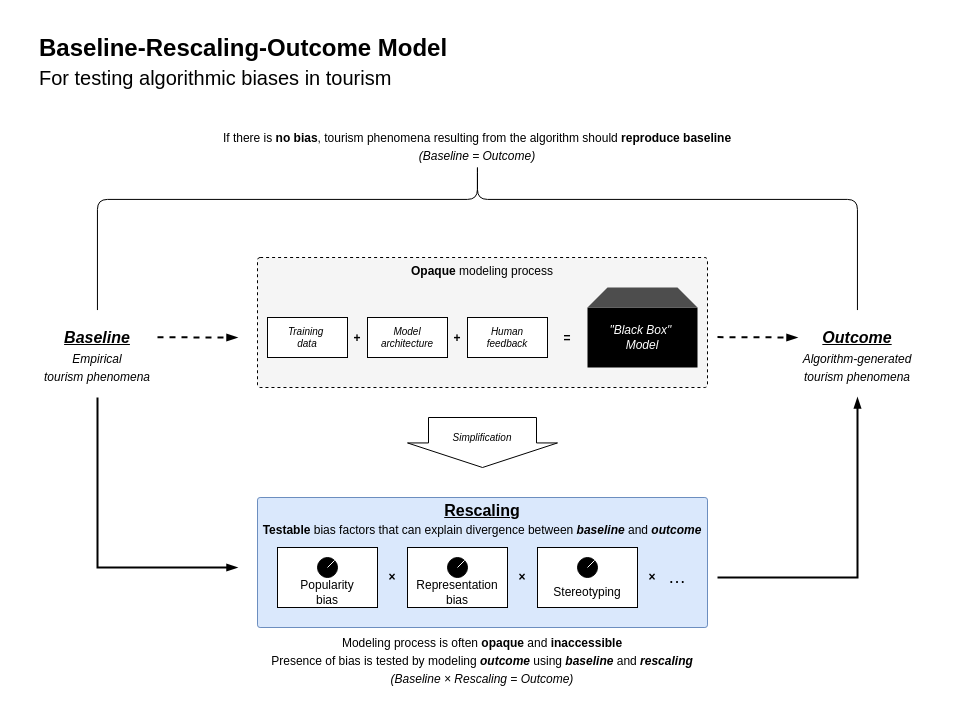
jinvim/genai-tourism-bias keeps this draw.io diagram as page "model" (3 of 6) of resources/figures.drawio. Above is the earlier version. Source tidied: cells renumbered, new cells numbered last; positions are measured from the earlier drawing's top-left corner, leaving out a move shared by most shapes. Both pictures are drawn from the tidied source at 100%, with x=0, y=0 at pixel (17, -144).
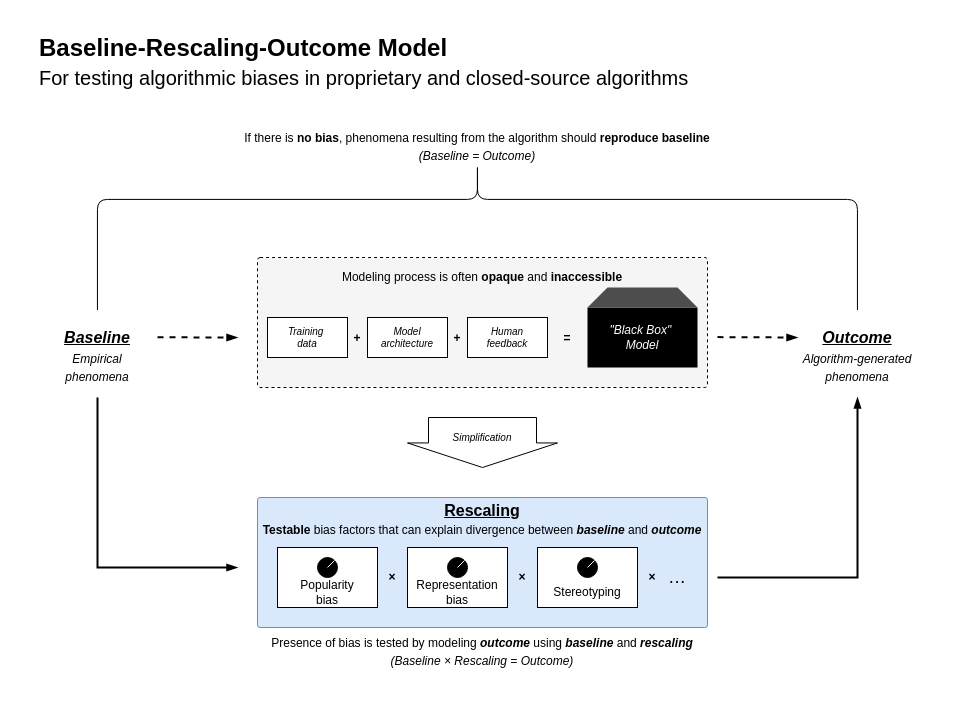
Above is the later version.

The change refers to these unchanged cells:
```xml
<mxCell id="16" style="group;" parent="1" vertex="1">
  <mxGeometry x="240" y="401" width="450" height="130" as="geometry" />
</mxCell>
```

Change to the diagram source:
```diff
@@
     <mxCell id="2" style="rounded=0;whiteSpace=wrap;html=1;strokeColor=none;" parent="1" vertex="1">
-      <mxGeometry y="161" width="920" height="690" as="geometry" />
+      <mxGeometry y="161" width="920" height="680" as="geometry" />
     </mxCell>
@@
-    <mxCell id="7" value="&lt;div style=&quot;line-height: 150%;&quot;&gt;&lt;div&gt;Empirical&lt;/div&gt;&lt;div&gt;tourism phenomena&lt;/div&gt;&lt;/div&gt;" style="text;html=1;align=center;verticalAlign=middle;whiteSpace=wrap;rounded=0;fontFamily=Myriad Pro;fontStyle=2;" parent="1" vertex="1">
+    <mxCell id="7" value="&lt;div style=&quot;line-height: 150%;&quot;&gt;&lt;div&gt;Empirical&lt;/div&gt;&lt;div&gt;phenomena&lt;/div&gt;&lt;/div&gt;" style="text;html=1;align=center;verticalAlign=middle;whiteSpace=wrap;rounded=0;fontFamily=Myriad Pro;fontStyle=2;" parent="1" vertex="1">
       <mxGeometry x="20" y="491" width="120" height="40" as="geometry" />
     </mxCell>
@@
-    <mxCell id="14" value="&lt;div style=&quot;line-height: 150%;&quot;&gt;&lt;div&gt;&lt;span&gt;For testing algorithmic biases in tourism&lt;/span&gt;&lt;/div&gt;&lt;/div&gt;" style="text;html=1;align=left;verticalAlign=middle;whiteSpace=wrap;rounded=0;fontFamily=Myriad Pro;fontStyle=0;fontSize=20;" parent="1" vertex="1">
+    <mxCell id="14" value="&lt;div style=&quot;line-height: 150%;&quot;&gt;&lt;div&gt;&lt;span&gt;For testing algorithmic biases in proprietary and closed-source algorithms&lt;/span&gt;&lt;/div&gt;&lt;/div&gt;" style="text;html=1;align=left;verticalAlign=middle;whiteSpace=wrap;rounded=0;fontFamily=Myriad Pro;fontStyle=0;fontSize=20;" parent="1" vertex="1">
       <mxGeometry x="20" y="211" width="760" height="20" as="geometry" />
     </mxCell>
-    <mxCell id="15" value="&lt;div style=&quot;line-height: 150%;&quot;&gt;&lt;div&gt;Algorithm-generated&lt;/div&gt;&lt;div&gt;tourism phenomena&lt;/div&gt;&lt;/div&gt;" style="text;html=1;align=center;verticalAlign=middle;whiteSpace=wrap;rounded=0;fontFamily=Myriad Pro;fontStyle=2;" parent="1" vertex="1">
+    <mxCell id="15" value="&lt;div style=&quot;line-height: 150%;&quot;&gt;&lt;div&gt;Algorithm-generated&lt;/div&gt;&lt;div&gt;phenomena&lt;/div&gt;&lt;/div&gt;" style="text;html=1;align=center;verticalAlign=middle;whiteSpace=wrap;rounded=0;fontFamily=Myriad Pro;fontStyle=2;" parent="1" vertex="1">
       <mxGeometry x="780" y="491" width="120" height="40" as="geometry" />
     </mxCell>
@@
-    <mxCell id="21" value="&lt;div style=&quot;line-height: 150%;&quot;&gt;&lt;div&gt;&lt;b&gt;Opaque&lt;/b&gt; modeling process&lt;/div&gt;&lt;/div&gt;" style="text;html=1;align=center;verticalAlign=top;whiteSpace=wrap;rounded=0;fontFamily=Myriad Pro;fontStyle=0;fontSize=12;spacing=0;" parent="16" vertex="1">
-      <mxGeometry width="450" height="30" as="geometry" />
-    </mxCell>
@@
+    <mxCell id="54" value="&lt;div style=&quot;line-height: 150%;&quot;&gt;&lt;div&gt;&lt;span style=&quot;font-style: normal;&quot;&gt;Modeling process is often&amp;nbsp;&lt;b&gt;opaque&lt;/b&gt; and &lt;b&gt;inaccessible&lt;/b&gt;&lt;/span&gt;&lt;/div&gt;&lt;/div&gt;" style="text;html=1;align=center;verticalAlign=middle;whiteSpace=wrap;rounded=0;fontFamily=Myriad Pro;fontStyle=2;" parent="16" vertex="1">
+      <mxGeometry y="8.8" width="450" height="21.2" as="geometry" />
+    </mxCell>
-    <mxCell id="27" value="&lt;div style=&quot;line-height: 150%;&quot;&gt;&lt;div&gt;If there is &lt;b&gt;no bias&lt;/b&gt;, tourism&amp;nbsp;&lt;span style=&quot;background-color: transparent; color: light-dark(rgb(0, 0, 0), rgb(255, 255, 255));&quot;&gt;phenomena resulting from the algorithm should &lt;b&gt;reproduce baseline&lt;/b&gt;&lt;/span&gt;&lt;/div&gt;&lt;div&gt;&lt;span style=&quot;background-color: transparent; color: light-dark(rgb(0, 0, 0), rgb(255, 255, 255));&quot;&gt;&lt;i&gt;(Baseline = Outcome)&lt;/i&gt;&lt;/span&gt;&lt;/div&gt;&lt;/div&gt;" style="text;html=1;align=center;verticalAlign=bottom;whiteSpace=wrap;rounded=0;fontFamily=Myriad Pro;fontStyle=0;" parent="1" vertex="1">
+    <mxCell id="27" value="&lt;div style=&quot;line-height: 150%;&quot;&gt;&lt;div&gt;If there is &lt;b&gt;no bias&lt;/b&gt;,&amp;nbsp;&lt;span style=&quot;background-color: transparent; color: light-dark(rgb(0, 0, 0), rgb(255, 255, 255));&quot;&gt;phenomena resulting from the algorithm should &lt;b&gt;reproduce baseline&lt;/b&gt;&lt;/span&gt;&lt;/div&gt;&lt;div&gt;&lt;span style=&quot;background-color: transparent; color: light-dark(rgb(0, 0, 0), rgb(255, 255, 255));&quot;&gt;&lt;i&gt;(Baseline = Outcome)&lt;/i&gt;&lt;/span&gt;&lt;/div&gt;&lt;/div&gt;" style="text;html=1;align=center;verticalAlign=bottom;whiteSpace=wrap;rounded=0;fontFamily=Myriad Pro;fontStyle=0;" parent="1" vertex="1">
       <mxGeometry x="180" y="271" width="560" height="40" as="geometry" />
     </mxCell>
@@
-    <mxCell id="34" value="&lt;div style=&quot;line-height: 150%;&quot;&gt;&lt;div&gt;&lt;span style=&quot;font-style: normal;&quot;&gt;Modeling process is often&amp;nbsp;&lt;b&gt;opaque&lt;/b&gt; and &lt;b&gt;inaccessible&lt;/b&gt;&lt;/span&gt;&lt;/div&gt;&lt;div&gt;&lt;span style=&quot;font-style: normal;&quot;&gt;Presence of bias is tested by modeling &lt;/span&gt;&lt;b style=&quot;&quot;&gt;outcome &lt;/b&gt;&lt;span style=&quot;font-style: normal;&quot;&gt;using &lt;/span&gt;&lt;b style=&quot;&quot;&gt;baseline&lt;/b&gt;&lt;b style=&quot;font-style: normal;&quot;&gt; &lt;/b&gt;&lt;span style=&quot;font-style: normal;&quot;&gt;and &lt;/span&gt;&lt;b style=&quot;&quot;&gt;rescaling&lt;/b&gt;&lt;/div&gt;&lt;div&gt;(Baseline&amp;nbsp;× Rescaling = Outcome)&lt;/div&gt;&lt;/div&gt;" style="text;html=1;align=center;verticalAlign=top;whiteSpace=wrap;rounded=0;fontFamily=Myriad Pro;fontStyle=2;" parent="1" vertex="1">
-      <mxGeometry x="240" y="771" width="450" height="60" as="geometry" />
+    <mxCell id="34" value="&lt;div style=&quot;line-height: 150%;&quot;&gt;&lt;div&gt;&lt;span style=&quot;background-color: transparent; color: light-dark(rgb(0, 0, 0), rgb(255, 255, 255)); font-style: normal;&quot;&gt;Presence of bias is tested by modeling &lt;/span&gt;&lt;b style=&quot;background-color: transparent; color: light-dark(rgb(0, 0, 0), rgb(255, 255, 255));&quot;&gt;outcome &lt;/b&gt;&lt;span style=&quot;background-color: transparent; color: light-dark(rgb(0, 0, 0), rgb(255, 255, 255)); font-style: normal;&quot;&gt;using &lt;/span&gt;&lt;b style=&quot;background-color: transparent; color: light-dark(rgb(0, 0, 0), rgb(255, 255, 255));&quot;&gt;baseline&lt;/b&gt;&lt;b style=&quot;background-color: transparent; color: light-dark(rgb(0, 0, 0), rgb(255, 255, 255)); font-style: normal;&quot;&gt; &lt;/b&gt;&lt;span style=&quot;background-color: transparent; color: light-dark(rgb(0, 0, 0), rgb(255, 255, 255)); font-style: normal;&quot;&gt;and &lt;/span&gt;&lt;b style=&quot;background-color: transparent; color: light-dark(rgb(0, 0, 0), rgb(255, 255, 255));&quot;&gt;rescaling&lt;/b&gt;&lt;/div&gt;&lt;div&gt;(Baseline&amp;nbsp;× Rescaling = Outcome)&lt;/div&gt;&lt;/div&gt;" style="text;html=1;align=center;verticalAlign=top;whiteSpace=wrap;rounded=0;fontFamily=Myriad Pro;fontStyle=2;" parent="1" vertex="1">
+      <mxGeometry x="240" y="771" width="450" height="50" as="geometry" />
     </mxCell>
```
